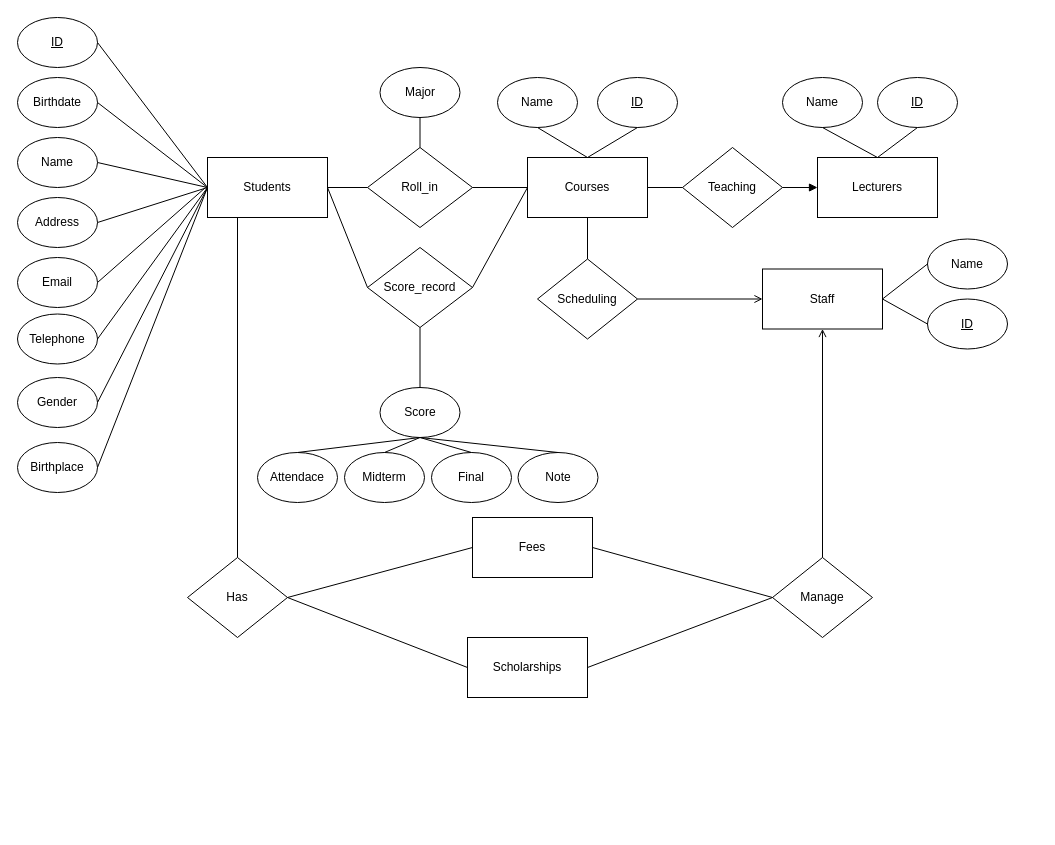
This is src/EDR.drawio from larycoder/Database_Project-students_mangement, a draw.io file, before an edit. Source tidied: cells renumbered, new cells numbered last; positions are measured from the earlier drawing's top-left corner, leaving out a move shared by most shapes. Both pictures are drawn from the tidied source at 100%, with x=0, y=0 at pixel (17, 17).
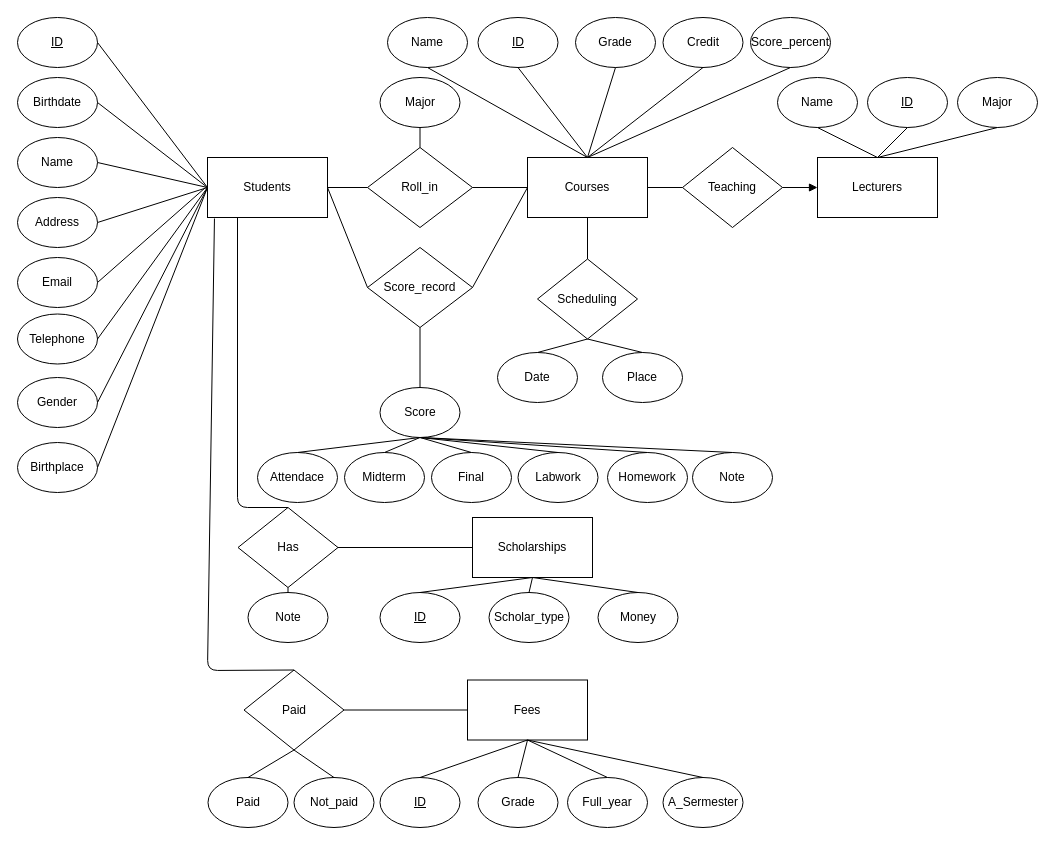
The same diagram, later.

The change refers to these unchanged cells:
```xml
<mxCell id="2" value="Students" style="rounded=0;whiteSpace=wrap;html=1;" parent="1" vertex="1">
  <mxGeometry x="190" y="140" width="120" height="60" as="geometry" />
</mxCell>
<mxCell id="3" value="Courses" style="rounded=0;whiteSpace=wrap;html=1;" parent="1" vertex="1">
  <mxGeometry x="510" y="140" width="120" height="60" as="geometry" />
</mxCell>
<mxCell id="6" value="Lecturers" style="rounded=0;whiteSpace=wrap;html=1;" parent="1" vertex="1">
  <mxGeometry x="800" y="140" width="120" height="60" as="geometry" />
</mxCell>
<mxCell id="8" value="Scheduling" style="rhombus;whiteSpace=wrap;html=1;" parent="1" vertex="1">
  <mxGeometry x="520" y="241.5" width="100" height="80" as="geometry" />
</mxCell>
<mxCell id="31" value="Score" style="ellipse;whiteSpace=wrap;html=1;gradientColor=none;" parent="1" vertex="1">
  <mxGeometry x="362.5" y="370" width="80" height="50" as="geometry" />
</mxCell>
```

Diff of the diagram source:
```diff
@@
-    <mxCell id="7" value="Staff" style="rounded=0;whiteSpace=wrap;html=1;" parent="1" vertex="1">
-      <mxGeometry x="745" y="251.5" width="120" height="60" as="geometry" />
-    </mxCell>
@@
-    <mxCell id="9" value="Fees" style="rounded=0;whiteSpace=wrap;html=1;" parent="1" vertex="1">
+    <mxCell id="9" value="Scholarships" style="rounded=0;whiteSpace=wrap;html=1;" parent="1" vertex="1">
       <mxGeometry x="455" y="500" width="120" height="60" as="geometry" />
     </mxCell>
     <mxCell id="10" value="Has" style="rhombus;whiteSpace=wrap;html=1;" parent="1" vertex="1">
-      <mxGeometry x="170" y="540" width="100" height="80" as="geometry" />
+      <mxGeometry x="220.5" y="490" width="100" height="80" as="geometry" />
     </mxCell>
-    <mxCell id="11" value="Manage" style="rhombus;whiteSpace=wrap;html=1;" parent="1" vertex="1">
-      <mxGeometry x="755" y="540" width="100" height="80" as="geometry" />
-    </mxCell>
-    <mxCell id="12" value="&lt;div&gt;Scholarships&lt;/div&gt;" style="rounded=0;whiteSpace=wrap;html=1;" parent="1" vertex="1">
-      <mxGeometry x="450" y="620" width="120" height="60" as="geometry" />
+    <mxCell id="12" value="Fees" style="rounded=0;whiteSpace=wrap;html=1;" parent="1" vertex="1">
+      <mxGeometry x="450" y="662.5" width="120" height="60" as="geometry" />
     </mxCell>
@@
     <mxCell id="35" value="Name" style="ellipse;whiteSpace=wrap;html=1;gradientColor=none;" parent="1" vertex="1">
-      <mxGeometry x="480" y="60" width="80" height="50" as="geometry" />
+      <mxGeometry x="370" width="80" height="50" as="geometry" />
     </mxCell>
     <mxCell id="36" value="&lt;u&gt;ID&lt;/u&gt;" style="ellipse;whiteSpace=wrap;html=1;gradientColor=none;" parent="1" vertex="1">
-      <mxGeometry x="580" y="60" width="80" height="50" as="geometry" />
+      <mxGeometry x="460.5" width="80" height="50" as="geometry" />
     </mxCell>
     <mxCell id="37" value="Major" style="ellipse;whiteSpace=wrap;html=1;gradientColor=none;" parent="1" vertex="1">
-      <mxGeometry x="362.5" y="50" width="80" height="50" as="geometry" />
+      <mxGeometry x="362.5" y="60" width="80" height="50" as="geometry" />
     </mxCell>
@@
-    <mxCell id="42" value="Note" style="ellipse;whiteSpace=wrap;html=1;gradientColor=none;" parent="1" vertex="1">
+    <mxCell id="42" value="Labwork" style="ellipse;whiteSpace=wrap;html=1;gradientColor=none;" parent="1" vertex="1">
       <mxGeometry x="500.5" y="435" width="80" height="50" as="geometry" />
     </mxCell>
@@
     <mxCell id="49" style="endArrow=none;html=1;entryX=0.25;entryY=1;entryDx=0;entryDy=0;exitX=0.5;exitY=0;exitDx=0;exitDy=0;startArrow=none;startFill=0;endFill=0;" parent="1" edge="1" source="10" target="2">
-      <mxGeometry relative="1" as="geometry" />
+      <mxGeometry relative="1" as="geometry">
+        <Array as="points">
+          <mxPoint x="220" y="490" />
+        </Array>
+      </mxGeometry>
     </mxCell>
-    <mxCell id="50" style="endArrow=none;html=1;entryX=0;entryY=0.5;entryDx=0;entryDy=0;exitX=1;exitY=0.5;exitDx=0;exitDy=0;" parent="1" edge="1" source="10" target="12">
-      <mxGeometry relative="1" as="geometry" />
-    </mxCell>
@@
     <mxCell id="55" value="Name" style="ellipse;whiteSpace=wrap;html=1;gradientColor=none;" parent="1" vertex="1">
-      <mxGeometry x="765" y="60" width="80" height="50" as="geometry" />
+      <mxGeometry x="760" y="60" width="80" height="50" as="geometry" />
     </mxCell>
     <mxCell id="56" value="&lt;u&gt;ID&lt;/u&gt;" style="ellipse;whiteSpace=wrap;html=1;gradientColor=none;" parent="1" vertex="1">
-      <mxGeometry x="860" y="60" width="80" height="50" as="geometry" />
+      <mxGeometry x="850" y="60" width="80" height="50" as="geometry" />
     </mxCell>
@@
-    <mxCell id="59" style="endArrow=open;html=1;entryX=0.5;entryY=1;entryDx=0;entryDy=0;exitX=0.5;exitY=0;exitDx=0;exitDy=0;endFill=0;" parent="1" edge="1" source="11" target="7">
-      <mxGeometry relative="1" as="geometry" />
-    </mxCell>
-    <mxCell id="60" style="endArrow=none;html=1;entryX=1;entryY=0.5;entryDx=0;entryDy=0;exitX=0;exitY=0.5;exitDx=0;exitDy=0;" parent="1" edge="1" source="11" target="9">
-      <mxGeometry relative="1" as="geometry" />
-    </mxCell>
-    <mxCell id="61" style="endArrow=none;html=1;entryX=1;entryY=0.5;entryDx=0;entryDy=0;exitX=0;exitY=0.5;exitDx=0;exitDy=0;" parent="1" edge="1" source="11" target="12">
-      <mxGeometry relative="1" as="geometry" />
-    </mxCell>
@@
-    <mxCell id="63" value="Name" style="ellipse;whiteSpace=wrap;html=1;gradientColor=none;" parent="1" vertex="1">
-      <mxGeometry x="910" y="221.5" width="80" height="50" as="geometry" />
-    </mxCell>
-    <mxCell id="64" value="&lt;u&gt;ID&lt;/u&gt;" style="ellipse;whiteSpace=wrap;html=1;gradientColor=none;" parent="1" vertex="1">
-      <mxGeometry x="910" y="281.5" width="80" height="50" as="geometry" />
-    </mxCell>
-    <mxCell id="65" style="endArrow=none;html=1;entryX=1;entryY=0.5;entryDx=0;entryDy=0;exitX=0;exitY=0.5;exitDx=0;exitDy=0;" parent="1" edge="1" source="63" target="7">
-      <mxGeometry relative="1" as="geometry" />
-    </mxCell>
-    <mxCell id="66" style="endArrow=none;html=1;entryX=1;entryY=0.5;entryDx=0;entryDy=0;exitX=0;exitY=0.5;exitDx=0;exitDy=0;" parent="1" edge="1" source="64" target="7">
-      <mxGeometry relative="1" as="geometry" />
-    </mxCell>
-    <mxCell id="67" style="endArrow=open;html=1;entryX=0;entryY=0.5;entryDx=0;entryDy=0;exitX=1;exitY=0.5;exitDx=0;exitDy=0;endFill=0;" parent="1" edge="1" source="8" target="7">
-      <mxGeometry relative="1" as="geometry" />
-    </mxCell>
+    <mxCell id="68" value="Grade" style="ellipse;whiteSpace=wrap;html=1;gradientColor=none;" parent="1" vertex="1">
+      <mxGeometry x="558" width="80" height="50" as="geometry" />
+    </mxCell>
+    <mxCell id="69" style="endArrow=none;html=1;entryX=0.5;entryY=0;entryDx=0;entryDy=0;exitX=0.5;exitY=1;exitDx=0;exitDy=0;" parent="1" edge="1" source="68" target="3">
+      <mxGeometry relative="1" as="geometry" />
+    </mxCell>
+    <mxCell id="70" value="&lt;u&gt;ID&lt;/u&gt;" style="ellipse;whiteSpace=wrap;html=1;gradientColor=none;" parent="1" vertex="1">
+      <mxGeometry x="362.5" y="575" width="80" height="50" as="geometry" />
+    </mxCell>
+    <mxCell id="71" value="Scholar_type" style="ellipse;whiteSpace=wrap;html=1;gradientColor=none;" parent="1" vertex="1">
+      <mxGeometry x="471.5" y="575" width="80" height="50" as="geometry" />
+    </mxCell>
+    <mxCell id="72" value="Money" style="ellipse;whiteSpace=wrap;html=1;gradientColor=none;" parent="1" vertex="1">
+      <mxGeometry x="580.5" y="575" width="80" height="50" as="geometry" />
+    </mxCell>
+    <mxCell id="73" value="Note" style="ellipse;whiteSpace=wrap;html=1;gradientColor=none;" parent="1" vertex="1">
+      <mxGeometry x="230.5" y="575" width="80" height="50" as="geometry" />
+    </mxCell>
+    <mxCell id="74" style="endArrow=none;html=1;entryX=0.5;entryY=0;entryDx=0;entryDy=0;exitX=0.5;exitY=1;exitDx=0;exitDy=0;" parent="1" edge="1" source="9" target="70">
+      <mxGeometry relative="1" as="geometry" />
+    </mxCell>
+    <mxCell id="75" style="endArrow=none;html=1;entryX=0.5;entryY=1;entryDx=0;entryDy=0;exitX=0.5;exitY=0;exitDx=0;exitDy=0;" parent="1" edge="1" source="72" target="9">
+      <mxGeometry relative="1" as="geometry" />
+    </mxCell>
+    <mxCell id="76" style="endArrow=none;html=1;entryX=0.5;entryY=1;entryDx=0;entryDy=0;exitX=0.5;exitY=0;exitDx=0;exitDy=0;" parent="1" edge="1" source="71" target="9">
+      <mxGeometry relative="1" as="geometry" />
+    </mxCell>
+    <mxCell id="77" style="endArrow=none;html=1;entryX=0.5;entryY=1;entryDx=0;entryDy=0;exitX=0.5;exitY=0;exitDx=0;exitDy=0;" parent="1" edge="1" source="73" target="10">
+      <mxGeometry relative="1" as="geometry" />
+    </mxCell>
+    <mxCell id="78" value="Credit" style="ellipse;whiteSpace=wrap;html=1;gradientColor=none;" parent="1" vertex="1">
+      <mxGeometry x="645.5" width="80" height="50" as="geometry" />
+    </mxCell>
+    <mxCell id="79" style="endArrow=none;html=1;entryX=0.5;entryY=0;entryDx=0;entryDy=0;exitX=0.5;exitY=1;exitDx=0;exitDy=0;" parent="1" edge="1" source="78" target="3">
+      <mxGeometry relative="1" as="geometry" />
+    </mxCell>
+    <mxCell id="80" value="Major" style="ellipse;whiteSpace=wrap;html=1;gradientColor=none;" parent="1" vertex="1">
+      <mxGeometry x="940" y="60" width="80" height="50" as="geometry" />
+    </mxCell>
+    <mxCell id="81" style="endArrow=none;html=1;entryX=0.5;entryY=0;entryDx=0;entryDy=0;exitX=0.5;exitY=1;exitDx=0;exitDy=0;" parent="1" edge="1" source="80" target="6">
+      <mxGeometry relative="1" as="geometry" />
+    </mxCell>
+    <mxCell id="82" value="Score_percent" style="ellipse;whiteSpace=wrap;html=1;gradientColor=none;" parent="1" vertex="1">
+      <mxGeometry x="733" width="80" height="50" as="geometry" />
+    </mxCell>
+    <mxCell id="83" style="endArrow=none;html=1;entryX=0.5;entryY=0;entryDx=0;entryDy=0;exitX=0.5;exitY=1;exitDx=0;exitDy=0;" parent="1" edge="1" source="82" target="3">
+      <mxGeometry relative="1" as="geometry" />
+    </mxCell>
+    <mxCell id="84" value="Homework" style="ellipse;whiteSpace=wrap;html=1;gradientColor=none;" parent="1" vertex="1">
+      <mxGeometry x="590" y="435" width="80" height="50" as="geometry" />
+    </mxCell>
+    <mxCell id="85" value="Note" style="ellipse;whiteSpace=wrap;html=1;gradientColor=none;" parent="1" vertex="1">
+      <mxGeometry x="675" y="435" width="80" height="50" as="geometry" />
+    </mxCell>
+    <mxCell id="86" style="endArrow=none;html=1;entryX=0.5;entryY=1;entryDx=0;entryDy=0;exitX=0.5;exitY=0;exitDx=0;exitDy=0;" parent="1" edge="1" source="84" target="31">
+      <mxGeometry relative="1" as="geometry" />
+    </mxCell>
+    <mxCell id="87" style="endArrow=none;html=1;entryX=0.5;entryY=1;entryDx=0;entryDy=0;exitX=0.5;exitY=0;exitDx=0;exitDy=0;" parent="1" edge="1" source="85" target="31">
+      <mxGeometry relative="1" as="geometry" />
+    </mxCell>
+    <mxCell id="88" value="&lt;u&gt;ID&lt;/u&gt;" style="ellipse;whiteSpace=wrap;html=1;gradientColor=none;" parent="1" vertex="1">
+      <mxGeometry x="362.5" y="760" width="80" height="50" as="geometry" />
+    </mxCell>
+    <mxCell id="89" value="Date" style="ellipse;whiteSpace=wrap;html=1;gradientColor=none;" parent="1" vertex="1">
+      <mxGeometry x="480" y="335" width="80" height="50" as="geometry" />
+    </mxCell>
+    <mxCell id="90" value="Place" style="ellipse;whiteSpace=wrap;html=1;gradientColor=none;" parent="1" vertex="1">
+      <mxGeometry x="585" y="335" width="80" height="50" as="geometry" />
+    </mxCell>
+    <mxCell id="91" style="endArrow=none;html=1;entryX=0.5;entryY=0;entryDx=0;entryDy=0;exitX=0.5;exitY=1;exitDx=0;exitDy=0;" parent="1" edge="1" source="8" target="89">
+      <mxGeometry relative="1" as="geometry" />
+    </mxCell>
+    <mxCell id="92" style="endArrow=none;html=1;entryX=0.5;entryY=0;entryDx=0;entryDy=0;exitX=0.5;exitY=1;exitDx=0;exitDy=0;" parent="1" edge="1" source="8" target="90">
+      <mxGeometry relative="1" as="geometry" />
+    </mxCell>
+    <mxCell id="93" value="Grade" style="ellipse;whiteSpace=wrap;html=1;gradientColor=none;" parent="1" vertex="1">
+      <mxGeometry x="460.5" y="760" width="80" height="50" as="geometry" />
+    </mxCell>
+    <mxCell id="94" value="Full_year" style="ellipse;whiteSpace=wrap;html=1;gradientColor=none;" parent="1" vertex="1">
+      <mxGeometry x="550" y="760" width="80" height="50" as="geometry" />
+    </mxCell>
+    <mxCell id="95" value="A_Sermester" style="ellipse;whiteSpace=wrap;html=1;gradientColor=none;" parent="1" vertex="1">
+      <mxGeometry x="645.5" y="760" width="80" height="50" as="geometry" />
+    </mxCell>
+    <mxCell id="96" style="endArrow=none;html=1;entryX=0.5;entryY=1;entryDx=0;entryDy=0;exitX=0.5;exitY=0;exitDx=0;exitDy=0;" parent="1" edge="1" source="88" target="12">
+      <mxGeometry relative="1" as="geometry" />
+    </mxCell>
+    <mxCell id="97" style="endArrow=none;html=1;entryX=0.5;entryY=1;entryDx=0;entryDy=0;exitX=0.5;exitY=0;exitDx=0;exitDy=0;" parent="1" edge="1" source="93" target="12">
+      <mxGeometry relative="1" as="geometry" />
+    </mxCell>
+    <mxCell id="98" style="endArrow=none;html=1;entryX=0.5;entryY=1;entryDx=0;entryDy=0;exitX=0.5;exitY=0;exitDx=0;exitDy=0;" parent="1" edge="1" source="94" target="12">
+      <mxGeometry relative="1" as="geometry" />
+    </mxCell>
+    <mxCell id="99" style="endArrow=none;html=1;exitX=0.5;exitY=0;exitDx=0;exitDy=0;entryX=0.5;entryY=1;entryDx=0;entryDy=0;" parent="1" edge="1" source="95" target="12">
+      <mxGeometry relative="1" as="geometry" />
+    </mxCell>
+    <mxCell id="100" value="Paid" style="rhombus;whiteSpace=wrap;html=1;" parent="1" vertex="1">
+      <mxGeometry x="226.5" y="652.5" width="100" height="80" as="geometry" />
+    </mxCell>
+    <mxCell id="101" value="Paid" style="ellipse;whiteSpace=wrap;html=1;gradientColor=none;" parent="1" vertex="1">
+      <mxGeometry x="190.5" y="760" width="80" height="50" as="geometry" />
+    </mxCell>
+    <mxCell id="102" value="Not_paid" style="ellipse;whiteSpace=wrap;html=1;gradientColor=none;" parent="1" vertex="1">
+      <mxGeometry x="276.5" y="760" width="80" height="50" as="geometry" />
+    </mxCell>
+    <mxCell id="103" style="endArrow=none;html=1;entryX=0.5;entryY=1;entryDx=0;entryDy=0;exitX=0.5;exitY=0;exitDx=0;exitDy=0;" parent="1" edge="1" source="102" target="100">
+      <mxGeometry relative="1" as="geometry" />
+    </mxCell>
+    <mxCell id="104" style="endArrow=none;html=1;entryX=0.5;entryY=1;entryDx=0;entryDy=0;exitX=0.5;exitY=0;exitDx=0;exitDy=0;" parent="1" edge="1" source="101" target="100">
+      <mxGeometry relative="1" as="geometry" />
+    </mxCell>
+    <mxCell id="105" style="endArrow=none;html=1;entryX=0.058;entryY=1.017;entryDx=0;entryDy=0;exitX=0.5;exitY=0;exitDx=0;exitDy=0;startArrow=none;startFill=0;endFill=0;entryPerimeter=0;" parent="1" edge="1" source="100" target="2">
+      <mxGeometry relative="1" as="geometry">
+        <Array as="points">
+          <mxPoint x="190" y="653" />
+        </Array>
+      </mxGeometry>
+    </mxCell>
+    <mxCell id="106" style="endArrow=none;html=1;entryX=1;entryY=0.5;entryDx=0;entryDy=0;exitX=0;exitY=0.5;exitDx=0;exitDy=0;" parent="1" edge="1" source="12" target="100">
+      <mxGeometry relative="1" as="geometry" />
+    </mxCell>
```
